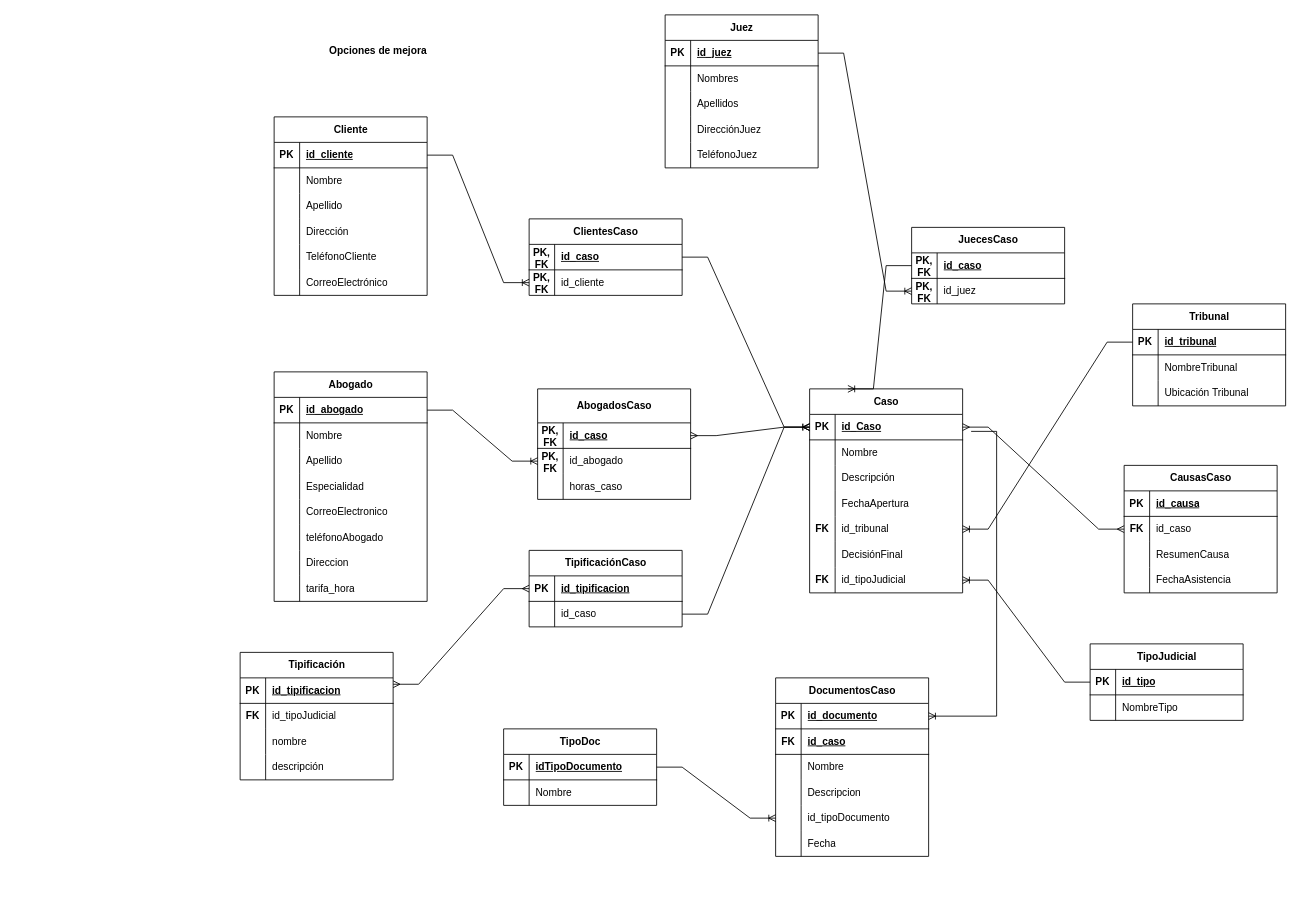
Before: CasoNormalizacionBufeteAbogadosOM.drawio in winston142O/Diagrams, a draw.io diagram. Source tidied: cells renumbered, new cells numbered last; positions are measured from the earlier drawing's top-left corner, leaving out a move shared by most shapes. Both pictures are drawn from the tidied source at 85%, with x=0, y=0 at pixel (240, 14).
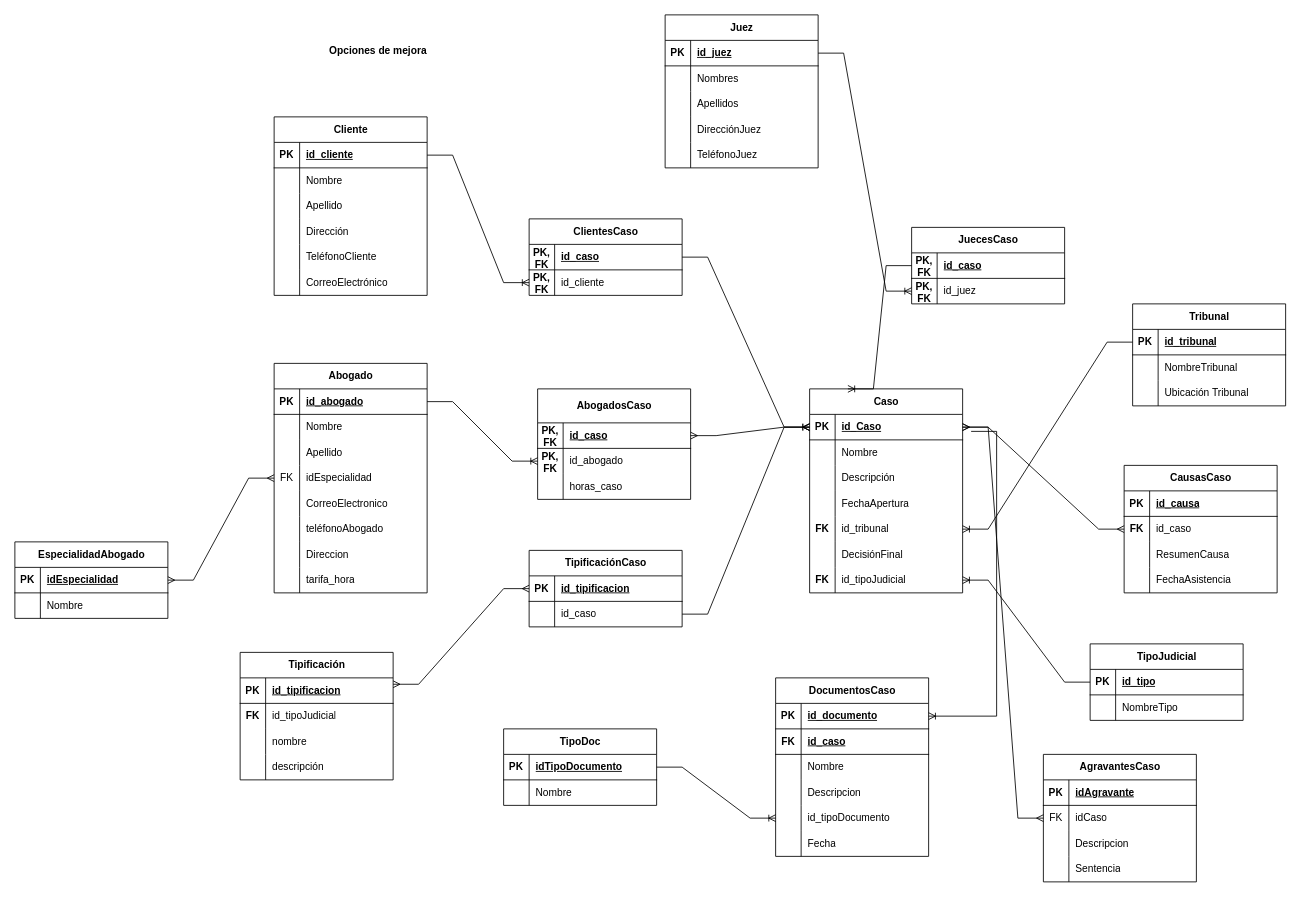
Above is the later version.

Unchanged cells that the change refers to:
```xml
<mxCell id="32" style="shape=tableRow;horizontal=0;startSize=0;swimlaneHead=0;swimlaneBody=0;fillColor=none;points=[[0,0.5],[1,0.5]];portConstraint=eastwest;top=0;left=0;right=0;bottom=0;" parent="22" vertex="1">
  <mxGeometry y="120" width="180" height="30" as="geometry" />
</mxCell>
<mxCell id="58" style="shape=tableRow;horizontal=0;startSize=0;swimlaneHead=0;swimlaneBody=0;fillColor=none;points=[[0,0.5],[1,0.5]];portConstraint=eastwest;top=0;left=0;right=0;bottom=1;" parent="57" vertex="1">
  <mxGeometry y="30" width="180" height="30" as="geometry" />
</mxCell>
```

The edit, as a diff of the source:
```diff
@@
     <mxCell id="22" value="Abogado" style="shape=table;startSize=30;childLayout=tableLayout;rowLines=0;fontStyle=1;align=center;html=1;" parent="1" vertex="1">
-      <mxGeometry x="40" y="420" width="180" height="270" as="geometry" />
+      <mxGeometry x="40" y="410" width="180" height="270" as="geometry" />
     </mxCell>
@@
-    <mxCell id="33" style="shape=partialRectangle;fillColor=none;top=0;left=0;bottom=0;right=0;overflow=hidden;whiteSpace=wrap;html=1;" parent="32" vertex="1">
+    <mxCell id="33" value="FK" style="shape=partialRectangle;fillColor=none;top=0;left=0;bottom=0;right=0;overflow=hidden;whiteSpace=wrap;html=1;" parent="32" vertex="1">
       <mxGeometry width="30" height="30" as="geometry" />
     </mxCell>
-    <mxCell id="34" value="Especialidad" style="shape=partialRectangle;fillColor=none;top=0;left=0;bottom=0;right=0;align=left;spacingLeft=6;overflow=hidden;whiteSpace=wrap;html=1;" parent="32" vertex="1">
+    <mxCell id="34" value="idEspecialidad" style="shape=partialRectangle;fillColor=none;top=0;left=0;bottom=0;right=0;align=left;spacingLeft=6;overflow=hidden;whiteSpace=wrap;html=1;" parent="32" vertex="1">
       <mxGeometry x="30" width="150" height="30" as="geometry" />
     </mxCell>
@@
+    <mxCell id="198" value="AgravantesCaso" style="shape=table;startSize=30;childLayout=tableLayout;rowLines=0;fontStyle=1;align=center;html=1;" parent="1" vertex="1">
+      <mxGeometry x="945" y="870" width="180" height="150" as="geometry" />
+    </mxCell>
+    <mxCell id="199" style="shape=tableRow;horizontal=0;startSize=0;swimlaneHead=0;swimlaneBody=0;fillColor=none;top=0;left=0;right=0;bottom=1;" parent="198" vertex="1">
+      <mxGeometry y="30" width="180" height="30" as="geometry" />
+    </mxCell>
+    <mxCell id="200" value="PK" style="shape=partialRectangle;fillColor=none;top=0;left=0;bottom=0;right=0;fontStyle=1;overflow=hidden;whiteSpace=wrap;html=1;" parent="199" vertex="1">
+      <mxGeometry width="30" height="30" as="geometry" />
+    </mxCell>
+    <mxCell id="201" value="idAgravante" style="shape=partialRectangle;fillColor=none;top=0;left=0;bottom=0;right=0;align=left;spacingLeft=6;fontStyle=5;overflow=hidden;whiteSpace=wrap;html=1;" parent="199" vertex="1">
+      <mxGeometry x="30" width="150" height="30" as="geometry" />
+    </mxCell>
+    <mxCell id="202" style="shape=tableRow;horizontal=0;startSize=0;swimlaneHead=0;swimlaneBody=0;fillColor=none;points=[[0,0.5],[1,0.5]];portConstraint=eastwest;top=0;left=0;right=0;bottom=0;" parent="198" vertex="1">
+      <mxGeometry y="60" width="180" height="30" as="geometry" />
+    </mxCell>
+    <mxCell id="203" value="FK" style="shape=partialRectangle;fillColor=none;top=0;left=0;bottom=0;right=0;overflow=hidden;whiteSpace=wrap;html=1;" parent="202" vertex="1">
+      <mxGeometry width="30" height="30" as="geometry" />
+    </mxCell>
+    <mxCell id="204" value="idCaso" style="shape=partialRectangle;fillColor=none;top=0;left=0;bottom=0;right=0;align=left;spacingLeft=6;overflow=hidden;whiteSpace=wrap;html=1;" parent="202" vertex="1">
+      <mxGeometry x="30" width="150" height="30" as="geometry" />
+    </mxCell>
+    <mxCell id="205" style="shape=tableRow;horizontal=0;startSize=0;swimlaneHead=0;swimlaneBody=0;fillColor=none;top=0;left=0;right=0;bottom=0;" parent="198" vertex="1">
+      <mxGeometry y="90" width="180" height="30" as="geometry" />
+    </mxCell>
+    <mxCell id="206" style="shape=partialRectangle;fillColor=none;top=0;left=0;bottom=0;right=0;overflow=hidden;whiteSpace=wrap;html=1;" parent="205" vertex="1">
+      <mxGeometry width="30" height="30" as="geometry" />
+    </mxCell>
+    <mxCell id="207" value="Descripcion" style="shape=partialRectangle;fillColor=none;top=0;left=0;bottom=0;right=0;align=left;spacingLeft=6;overflow=hidden;whiteSpace=wrap;html=1;" parent="205" vertex="1">
+      <mxGeometry x="30" width="150" height="30" as="geometry" />
+    </mxCell>
+    <mxCell id="208" style="shape=tableRow;horizontal=0;startSize=0;swimlaneHead=0;swimlaneBody=0;fillColor=none;top=0;left=0;right=0;bottom=0;" parent="198" vertex="1">
+      <mxGeometry y="120" width="180" height="30" as="geometry" />
+    </mxCell>
+    <mxCell id="209" style="shape=partialRectangle;fillColor=none;top=0;left=0;bottom=0;right=0;overflow=hidden;whiteSpace=wrap;html=1;" parent="208" vertex="1">
+      <mxGeometry width="30" height="30" as="geometry" />
+    </mxCell>
+    <mxCell id="210" value="Sentencia" style="shape=partialRectangle;fillColor=none;top=0;left=0;bottom=0;right=0;align=left;spacingLeft=6;overflow=hidden;whiteSpace=wrap;html=1;" parent="208" vertex="1">
+      <mxGeometry x="30" width="150" height="30" as="geometry" />
+    </mxCell>
+    <mxCell id="211" style="edgeStyle=entityRelationEdgeStyle;fontSize=12;html=1;endArrow=ERmany;startArrow=ERmany;rounded=0;entryX=0;entryY=0.5;entryDx=0;entryDy=0;exitX=1;exitY=0.5;exitDx=0;exitDy=0;" parent="1" edge="1" source="58" target="202">
+      <mxGeometry relative="1" as="geometry" />
+    </mxCell>
+    <mxCell id="212" value="EspecialidadAbogado" style="shape=table;startSize=30;childLayout=tableLayout;rowLines=0;fontStyle=1;align=center;html=1;" parent="1" vertex="1">
+      <mxGeometry x="-265" y="620" width="180" height="90" as="geometry" />
+    </mxCell>
+    <mxCell id="213" style="shape=tableRow;horizontal=0;startSize=0;swimlaneHead=0;swimlaneBody=0;fillColor=none;points=[[0,0.5],[1,0.5]];portConstraint=eastwest;top=0;left=0;right=0;bottom=1;" parent="212" vertex="1">
+      <mxGeometry y="30" width="180" height="30" as="geometry" />
+    </mxCell>
+    <mxCell id="214" value="PK" style="shape=partialRectangle;fillColor=none;top=0;left=0;bottom=0;right=0;fontStyle=1;overflow=hidden;whiteSpace=wrap;html=1;" parent="213" vertex="1">
+      <mxGeometry width="30" height="30" as="geometry" />
+    </mxCell>
+    <mxCell id="215" value="idEspecialidad" style="shape=partialRectangle;fillColor=none;top=0;left=0;bottom=0;right=0;align=left;spacingLeft=6;fontStyle=5;overflow=hidden;whiteSpace=wrap;html=1;" parent="213" vertex="1">
+      <mxGeometry x="30" width="150" height="30" as="geometry" />
+    </mxCell>
+    <mxCell id="216" style="shape=tableRow;horizontal=0;startSize=0;swimlaneHead=0;swimlaneBody=0;fillColor=none;top=0;left=0;right=0;bottom=0;" parent="212" vertex="1">
+      <mxGeometry y="60" width="180" height="30" as="geometry" />
+    </mxCell>
+    <mxCell id="217" style="shape=partialRectangle;fillColor=none;top=0;left=0;bottom=0;right=0;overflow=hidden;whiteSpace=wrap;html=1;" parent="216" vertex="1">
+      <mxGeometry width="30" height="30" as="geometry" />
+    </mxCell>
+    <mxCell id="218" value="Nombre" style="shape=partialRectangle;fillColor=none;top=0;left=0;bottom=0;right=0;align=left;spacingLeft=6;overflow=hidden;whiteSpace=wrap;html=1;" parent="216" vertex="1">
+      <mxGeometry x="30" width="150" height="30" as="geometry" />
+    </mxCell>
+    <mxCell id="219" style="edgeStyle=entityRelationEdgeStyle;fontSize=12;html=1;endArrow=ERmany;startArrow=ERmany;rounded=0;entryX=0;entryY=0.5;entryDx=0;entryDy=0;exitX=1;exitY=0.5;exitDx=0;exitDy=0;" parent="1" edge="1" source="213" target="32">
+      <mxGeometry relative="1" as="geometry" />
+    </mxCell>
```
